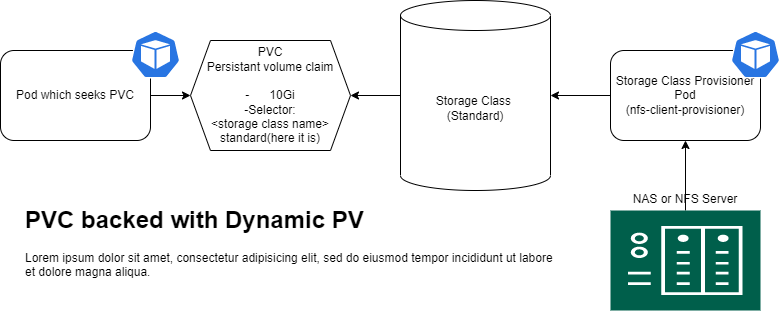
Earlier version of the draw.io export StorageClass.png (sudheernambiar/onprem_kubernetes_nfs_storage-class). Source tidied: cells renumbered, new cells last; positions are measured from the earlier drawing's top-left corner, leaving out a move shared by most shapes.
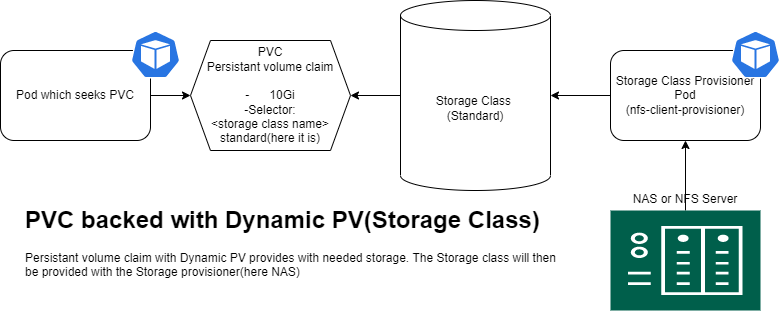
Later version of the same file.

Diff of the diagram source:
```diff
@@ -38,7 +38,7 @@
     <mxCell id="13" value="NAS or NFS Server" style="text;html=1;strokeColor=none;fillColor=none;align=center;verticalAlign=middle;whiteSpace=wrap;rounded=0;" parent="1" vertex="1">
       <mxGeometry x="630" y="184" width="110" height="30" as="geometry" />
     </mxCell>
-    <mxCell id="14" value="&lt;h1&gt;PVC backed with Dynamic PV&lt;/h1&gt;&lt;p&gt;Lorem ipsum dolor sit amet, consectetur adipisicing elit, sed do eiusmod tempor incididunt ut labore et dolore magna aliqua.&lt;/p&gt;" style="text;html=1;strokeColor=none;fillColor=none;spacing=5;spacingTop=-20;whiteSpace=wrap;overflow=hidden;rounded=0;" parent="1" vertex="1">
+    <mxCell id="14" value="&lt;h1&gt;PVC backed with Dynamic PV(Storage Class)&lt;/h1&gt;&lt;p&gt;Persistant volume claim with Dynamic PV provides with needed storage. The Storage class will then be provided with the Storage provisioner(here NAS)&lt;/p&gt;" style="text;html=1;strokeColor=none;fillColor=none;spacing=5;spacingTop=-20;whiteSpace=wrap;overflow=hidden;rounded=0;" parent="1" vertex="1">
       <mxGeometry x="20" y="200" width="540" height="120" as="geometry" />
     </mxCell>
   </root>
```
